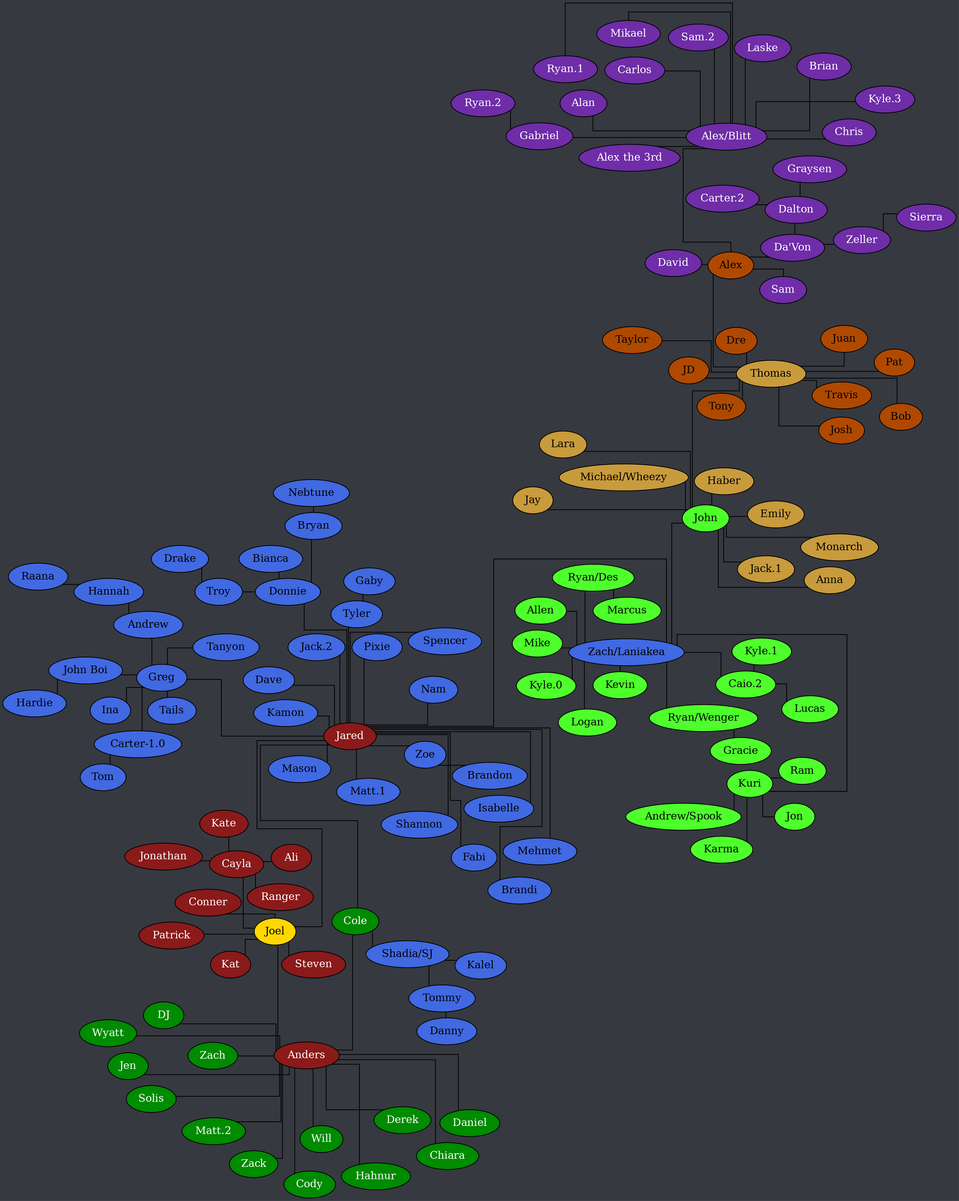
The Graphviz diagram tree.png in Documidas/CoronaCatzFamilyTree, before a commit. Its source is kept beside it as tree.dot.
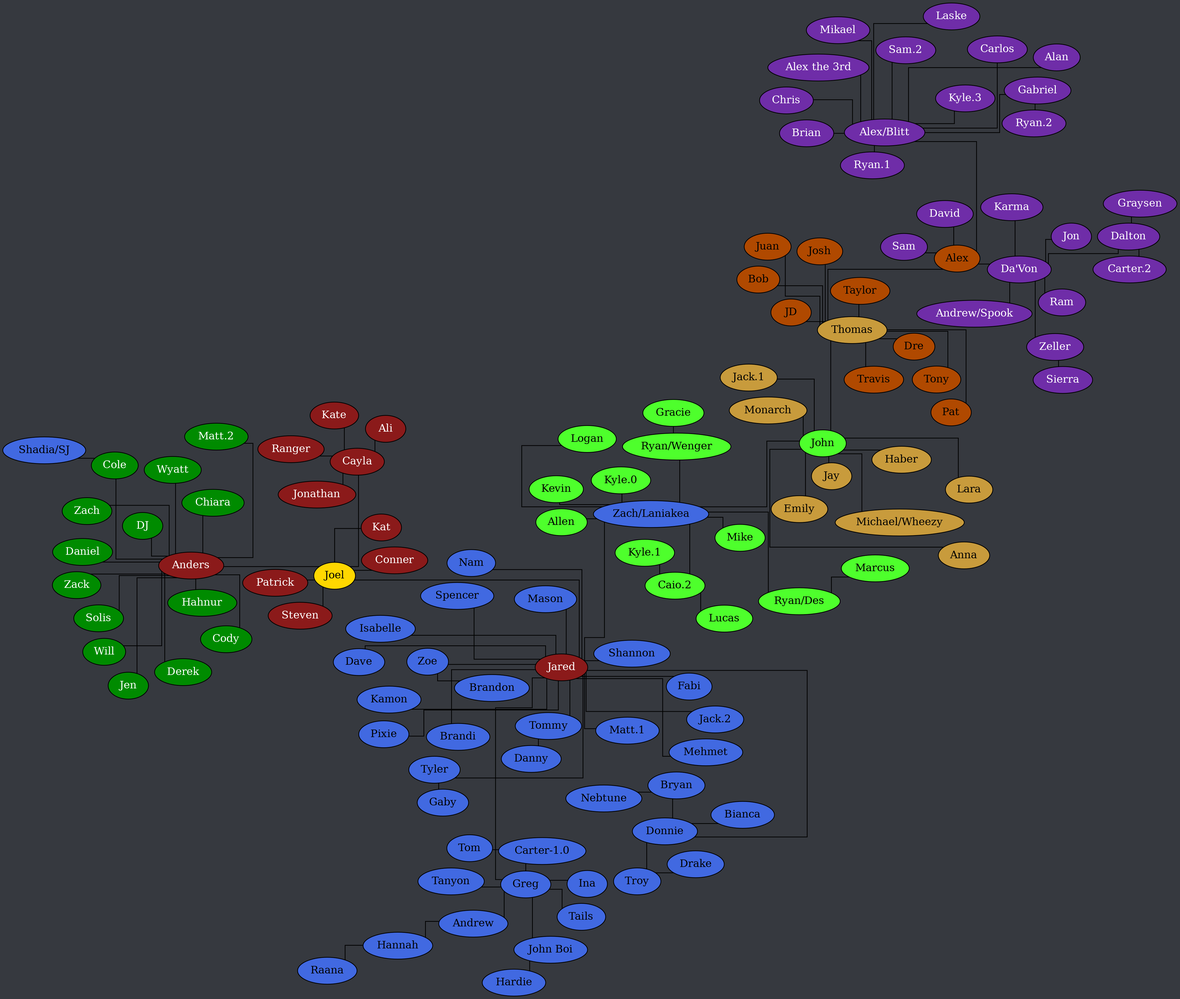
Above is the later version.

Commit message:
Remove Kuri, Cole, SJ, Kalel

What changed in the source:
```diff
@@ -69,7 +69,6 @@
 		Jared -- Donnie;
 		Jared -- Fabi;
 		Jared -- "Jack.2";
-		Jared -- Cole;
 		Jared -- Kamon;
 		Jared -- Greg;
 		Jared -- Isabelle;
@@ -80,12 +79,11 @@
 		Jared -- Pixie;
 		Jared -- Shannon;
 		Jared -- Spencer;
+		Jared -- Tommy;
 		Jared -- Tyler;
 		Jared -- "Zach/Laniakea";
 		Jared -- Zoe;
 		"John Boi" -- Hardie;
-		"Shadia/SJ" -- Kalel;
-		"Shadia/SJ" -- Tommy;
 		Tommy -- Danny;
 		Troy -- Drake;
 		Tyler -- Gaby;
@@ -97,10 +95,6 @@
 
 		"Caio.2" -- "Kyle.1";
 		"Caio.2" -- Lucas;
-		Kuri -- "Andrew/Spook";
-		Kuri -- Jon;
-		Kuri -- Karma;
-		Kuri -- Ram;
 		"Ryan/Des" -- Marcus;
 		"Ryan/Wenger" -- Gracie;
 		"Zach/Laniakea" -- Allen;
@@ -108,7 +102,6 @@
 		"Zach/Laniakea" -- John;
 		"Zach/Laniakea" -- Logan;
 		"Zach/Laniakea" -- Kevin;
-		"Zach/Laniakea" -- Kuri;
 		"Zach/Laniakea" -- "Kyle.0";
 		"Zach/Laniakea" -- Mike;
 		"Zach/Laniakea" -- "Ryan/Des";
@@ -167,7 +160,11 @@
 		"Alex/Blitt" -- Mikael;
 		"Alex/Blitt" -- "Ryan.1";
 		"Alex/Blitt" -- "Sam.2";
+		"Da'Von" -- "Andrew/Spook";
 		"Da'Von" -- Dalton;
+		"Da'Von" -- Jon;
+		"Da'Von" -- Karma;
+		"Da'Von" -- Ram;
 		"Da'Von" -- Zeller;
 		Dalton -- "Carter.2";
 		Dalton -- Graysen;
```
